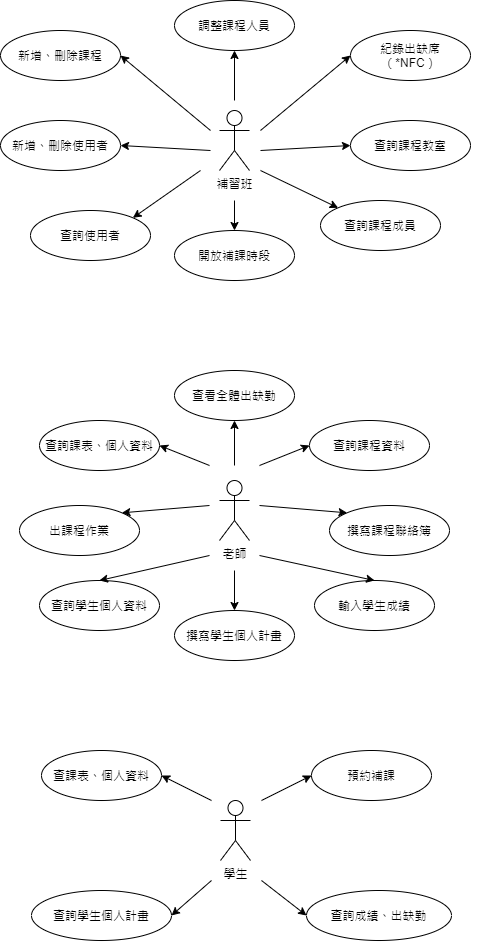
The draw.io diagram 軟體開發文件/使用案例圖.png in LiaozhiCheng/CramSchoolApp, before a commit. Source tidied: cells renumbered, new cells last; positions are measured from the earlier drawing's top-left corner, leaving out a move shared by most shapes. The source it was exported from:
```xml
<mxGraphModel>
  <root>
    <mxCell id="0" />
    <mxCell id="1" parent="0" />
    <mxCell id="2" style="group;" parent="1" vertex="1">
      <mxGeometry width="470" height="290" as="geometry" />
    </mxCell>
    <mxCell id="3" style="edgeStyle=orthogonalEdgeStyle;rounded=0;jettySize=auto;html=1;entryX=0.5;entryY=1;entryDx=0;entryDy=0;" parent="2" edge="1" target="7">
      <mxGeometry relative="1" as="geometry">
        <mxPoint x="234" y="100" as="sourcePoint" />
      </mxGeometry>
    </mxCell>
    <mxCell id="4" value="補習班" style="shape=umlActor;verticalLabelPosition=bottom;verticalAlign=top;html=1;" parent="2" vertex="1">
      <mxGeometry x="219" y="110" width="30" height="60" as="geometry" />
    </mxCell>
    <mxCell id="5" value="新增、刪除使用者" style="ellipse;whiteSpace=wrap;html=1;" parent="2" vertex="1">
      <mxGeometry y="120" width="120" height="50" as="geometry" />
    </mxCell>
    <mxCell id="6" value="新增、刪除課程" style="ellipse;whiteSpace=wrap;html=1;" parent="2" vertex="1">
      <mxGeometry y="30" width="120" height="50" as="geometry" />
    </mxCell>
    <mxCell id="7" value="調整課程人員" style="ellipse;whiteSpace=wrap;html=1;" parent="2" vertex="1">
      <mxGeometry x="174" width="120" height="50" as="geometry" />
    </mxCell>
    <mxCell id="8" value="紀錄出缺席&lt;br&gt;（*NFC）" style="ellipse;whiteSpace=wrap;html=1;" parent="2" vertex="1">
      <mxGeometry x="350" y="30" width="120" height="50" as="geometry" />
    </mxCell>
    <mxCell id="9" value="查詢課程教室" style="ellipse;whiteSpace=wrap;html=1;" parent="2" vertex="1">
      <mxGeometry x="350" y="120" width="120" height="50" as="geometry" />
    </mxCell>
    <mxCell id="10" value="開放補課時段" style="ellipse;whiteSpace=wrap;html=1;" parent="2" vertex="1">
      <mxGeometry x="174" y="230" width="120" height="50" as="geometry" />
    </mxCell>
    <mxCell id="11" style="endArrow=classic;html=1;entryX=0;entryY=0.5;entryDx=0;entryDy=0;" parent="2" edge="1" target="8">
      <mxGeometry relative="1" as="geometry">
        <mxPoint x="260" y="130" as="sourcePoint" />
      </mxGeometry>
    </mxCell>
    <mxCell id="12" style="endArrow=classic;html=1;entryX=1;entryY=0.5;entryDx=0;entryDy=0;" parent="2" edge="1" target="6">
      <mxGeometry relative="1" as="geometry">
        <mxPoint x="210" y="130" as="sourcePoint" />
      </mxGeometry>
    </mxCell>
    <mxCell id="13" style="endArrow=classic;html=1;entryX=0;entryY=0.5;entryDx=0;entryDy=0;" parent="2" edge="1" target="9">
      <mxGeometry relative="1" as="geometry">
        <mxPoint x="260" y="150" as="sourcePoint" />
      </mxGeometry>
    </mxCell>
    <mxCell id="14" style="endArrow=classic;html=1;entryX=1;entryY=0.5;entryDx=0;entryDy=0;" parent="2" edge="1" target="5">
      <mxGeometry relative="1" as="geometry">
        <mxPoint x="210" y="150" as="sourcePoint" />
      </mxGeometry>
    </mxCell>
    <mxCell id="15" style="endArrow=classic;html=1;entryX=0.5;entryY=0;entryDx=0;entryDy=0;" parent="2" edge="1" target="10">
      <mxGeometry relative="1" as="geometry">
        <mxPoint x="234" y="200" as="sourcePoint" />
      </mxGeometry>
    </mxCell>
    <mxCell id="16" value="查詢課程成員" style="ellipse;whiteSpace=wrap;html=1;" parent="2" vertex="1">
      <mxGeometry x="320" y="200" width="120" height="50" as="geometry" />
    </mxCell>
    <mxCell id="17" value="查詢使用者" style="ellipse;whiteSpace=wrap;html=1;" parent="2" vertex="1">
      <mxGeometry x="30" y="210" width="120" height="50" as="geometry" />
    </mxCell>
    <mxCell id="18" style="endArrow=classic;html=1;entryX=1;entryY=0;entryDx=0;entryDy=0;" parent="2" edge="1" target="17">
      <mxGeometry relative="1" as="geometry">
        <mxPoint x="200" y="170" as="sourcePoint" />
      </mxGeometry>
    </mxCell>
    <mxCell id="19" style="endArrow=classic;html=1;entryX=0;entryY=0;entryDx=0;entryDy=0;" parent="2" edge="1" target="16">
      <mxGeometry relative="1" as="geometry">
        <mxPoint x="260" y="170" as="sourcePoint" />
      </mxGeometry>
    </mxCell>
    <mxCell id="20" style="group;" parent="1" vertex="1">
      <mxGeometry x="19" y="370" width="469" height="290" as="geometry" />
    </mxCell>
    <mxCell id="21" value="老師" style="shape=umlActor;verticalLabelPosition=bottom;verticalAlign=top;html=1;" parent="20" vertex="1">
      <mxGeometry x="200" y="110" width="30" height="60" as="geometry" />
    </mxCell>
    <mxCell id="22" value="查詢課表、個人資料" style="ellipse;whiteSpace=wrap;html=1;" parent="20" vertex="1">
      <mxGeometry x="20" y="50" width="120" height="50" as="geometry" />
    </mxCell>
    <mxCell id="23" value="查詢學生個人資料" style="ellipse;whiteSpace=wrap;html=1;" parent="20" vertex="1">
      <mxGeometry x="20" y="210" width="120" height="50" as="geometry" />
    </mxCell>
    <mxCell id="24" value="查詢課程資料" style="ellipse;whiteSpace=wrap;html=1;" parent="20" vertex="1">
      <mxGeometry x="290" y="50" width="120" height="50" as="geometry" />
    </mxCell>
    <mxCell id="25" value="輸入學生成績&lt;span style=&quot;color: rgba(0 , 0 , 0 , 0) ; font-family: monospace ; font-size: 0px&quot;&gt;%3CmxGraphModel%3E%3Croot%3E%3CmxCell%20id%3D%220%22%2F%3E%3CmxCell%20id%3D%221%22%20parent%3D%220%22%2F%3E%3CmxCell%20id%3D%222%22%20value%3D%22%E6%9F%A5%E8%A9%A2%E8%AA%B2%E8%A1%A8%E3%80%81%E5%80%8B%E4%BA%BA%E8%B3%87%E6%96%99%22%20style%3D%22ellipse%3BwhiteSpace%3Dwrap%3Bhtml%3D1%3B%22%20vertex%3D%221%22%20parent%3D%221%22%3E%3CmxGeometry%20x%3D%22190%22%20y%3D%22550%22%20width%3D%22120%22%20height%3D%2250%22%20as%3D%22geometry%22%2F%3E%3C%2FmxCell%3E%3C%2Froot%3E%3C%2FmxGraphModel%3E&lt;/span&gt;" style="ellipse;whiteSpace=wrap;html=1;" parent="20" vertex="1">
      <mxGeometry x="295" y="210" width="120" height="50" as="geometry" />
    </mxCell>
    <mxCell id="26" value="出課程作業" style="ellipse;whiteSpace=wrap;html=1;" parent="20" vertex="1">
      <mxGeometry y="135" width="120" height="50" as="geometry" />
    </mxCell>
    <mxCell id="27" value="查看全體出缺勤" style="ellipse;whiteSpace=wrap;html=1;" parent="20" vertex="1">
      <mxGeometry x="155" width="120" height="50" as="geometry" />
    </mxCell>
    <mxCell id="28" value="撰寫課程聯絡簿" style="ellipse;whiteSpace=wrap;html=1;" parent="20" vertex="1">
      <mxGeometry x="310" y="135" width="120" height="50" as="geometry" />
    </mxCell>
    <mxCell id="29" style="endArrow=classic;html=1;entryX=0.5;entryY=1;entryDx=0;entryDy=0;" parent="20" edge="1" target="27">
      <mxGeometry relative="1" as="geometry">
        <mxPoint x="215" y="95" as="sourcePoint" />
      </mxGeometry>
    </mxCell>
    <mxCell id="30" style="endArrow=classic;html=1;entryX=0;entryY=0.5;entryDx=0;entryDy=0;" parent="20" edge="1" target="24">
      <mxGeometry relative="1" as="geometry">
        <mxPoint x="240" y="95" as="sourcePoint" />
      </mxGeometry>
    </mxCell>
    <mxCell id="31" style="endArrow=classic;html=1;entryX=1;entryY=0.5;entryDx=0;entryDy=0;" parent="20" edge="1" target="22">
      <mxGeometry relative="1" as="geometry">
        <mxPoint x="190" y="95" as="sourcePoint" />
      </mxGeometry>
    </mxCell>
    <mxCell id="32" style="endArrow=classic;html=1;entryX=0;entryY=0;entryDx=0;entryDy=0;" parent="20" edge="1" target="28">
      <mxGeometry relative="1" as="geometry">
        <mxPoint x="240" y="135" as="sourcePoint" />
      </mxGeometry>
    </mxCell>
    <mxCell id="33" style="endArrow=classic;html=1;entryX=1;entryY=0;entryDx=0;entryDy=0;" parent="20" edge="1" target="26">
      <mxGeometry relative="1" as="geometry">
        <mxPoint x="190" y="135" as="sourcePoint" />
      </mxGeometry>
    </mxCell>
    <mxCell id="34" style="endArrow=classic;html=1;entryX=0.5;entryY=0;entryDx=0;entryDy=0;" parent="20" edge="1" target="23">
      <mxGeometry relative="1" as="geometry">
        <mxPoint x="190" y="185" as="sourcePoint" />
      </mxGeometry>
    </mxCell>
    <mxCell id="35" style="endArrow=classic;html=1;entryX=0.5;entryY=0;entryDx=0;entryDy=0;" parent="20" edge="1" target="25">
      <mxGeometry relative="1" as="geometry">
        <mxPoint x="240" y="185" as="sourcePoint" />
      </mxGeometry>
    </mxCell>
    <mxCell id="36" value="撰寫學生個人計畫" style="ellipse;whiteSpace=wrap;html=1;" parent="20" vertex="1">
      <mxGeometry x="155" y="240" width="120" height="50" as="geometry" />
    </mxCell>
    <mxCell id="37" style="endArrow=classic;html=1;entryX=0.5;entryY=0;entryDx=0;entryDy=0;" parent="20" edge="1" target="36">
      <mxGeometry relative="1" as="geometry">
        <mxPoint x="215" y="200" as="sourcePoint" />
      </mxGeometry>
    </mxCell>
    <mxCell id="38" style="group;" parent="1" vertex="1">
      <mxGeometry x="31" y="750" width="420" height="190" as="geometry" />
    </mxCell>
    <mxCell id="39" value="學生" style="shape=umlActor;verticalLabelPosition=bottom;verticalAlign=top;html=1;" parent="38" vertex="1">
      <mxGeometry x="189" y="50" width="30" height="60" as="geometry" />
    </mxCell>
    <mxCell id="40" value="查課表、個人資料" style="ellipse;whiteSpace=wrap;html=1;" parent="38" vertex="1">
      <mxGeometry x="10" width="120" height="50" as="geometry" />
    </mxCell>
    <mxCell id="41" value="查詢學生個人計畫" style="ellipse;whiteSpace=wrap;html=1;" parent="38" vertex="1">
      <mxGeometry y="140" width="140" height="50" as="geometry" />
    </mxCell>
    <mxCell id="42" value="查詢成績、出缺勤" style="ellipse;whiteSpace=wrap;html=1;" parent="38" vertex="1">
      <mxGeometry x="275" y="140" width="145" height="50" as="geometry" />
    </mxCell>
    <mxCell id="43" value="預約補課" style="ellipse;whiteSpace=wrap;html=1;" parent="38" vertex="1">
      <mxGeometry x="280" width="120" height="50" as="geometry" />
    </mxCell>
    <mxCell id="44" style="endArrow=classic;html=1;entryX=0;entryY=0.5;entryDx=0;entryDy=0;" parent="38" edge="1" target="43">
      <mxGeometry relative="1" as="geometry">
        <mxPoint x="230" y="50" as="sourcePoint" />
      </mxGeometry>
    </mxCell>
    <mxCell id="45" style="endArrow=classic;html=1;entryX=0;entryY=0.5;entryDx=0;entryDy=0;" parent="38" edge="1" target="42">
      <mxGeometry relative="1" as="geometry">
        <mxPoint x="230" y="130" as="sourcePoint" />
      </mxGeometry>
    </mxCell>
    <mxCell id="46" style="endArrow=classic;html=1;entryX=1;entryY=0.5;entryDx=0;entryDy=0;" parent="38" edge="1" target="41">
      <mxGeometry relative="1" as="geometry">
        <mxPoint x="180" y="130" as="sourcePoint" />
      </mxGeometry>
    </mxCell>
    <mxCell id="47" style="endArrow=classic;html=1;entryX=1;entryY=0.5;entryDx=0;entryDy=0;" parent="38" edge="1" target="40">
      <mxGeometry relative="1" as="geometry">
        <mxPoint x="180" y="50" as="sourcePoint" />
      </mxGeometry>
    </mxCell>
  </root>
</mxGraphModel>
```
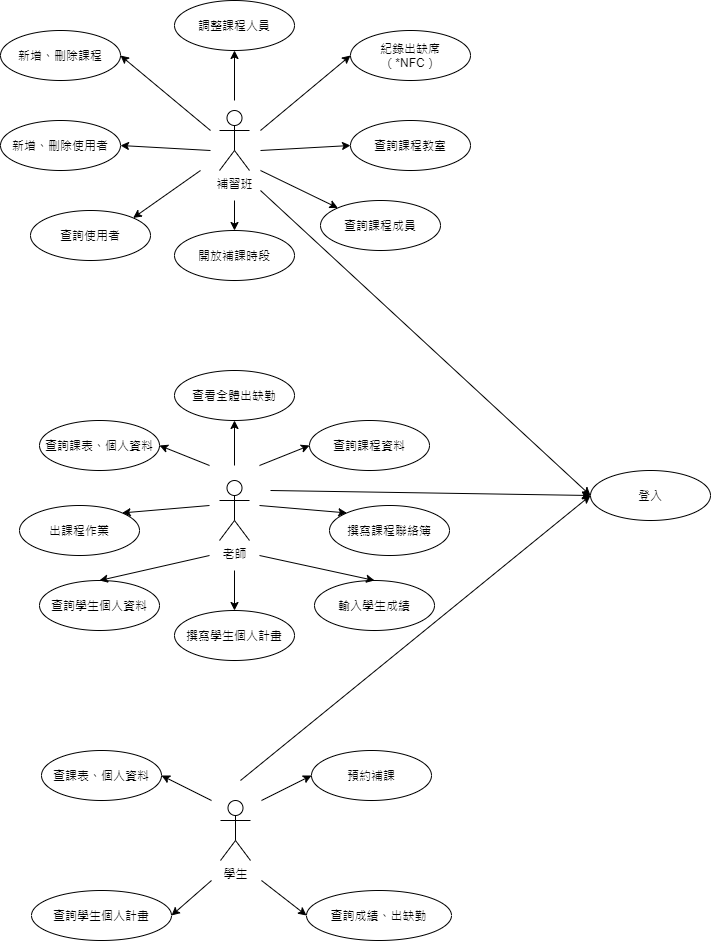
After the commit.

Change to the diagram source:
```diff
@@ -142,6 +142,11 @@
         <mxPoint x="215" y="200" as="sourcePoint" />
       </mxGeometry>
     </mxCell>
+    <mxCell id="48" style="endArrow=classic;html=1;entryX=0;entryY=0.5;entryDx=0;entryDy=0;" parent="20" edge="1" target="49">
+      <mxGeometry relative="1" as="geometry">
+        <mxPoint x="251" y="120" as="sourcePoint" />
+      </mxGeometry>
+    </mxCell>
     <mxCell id="38" style="group;" parent="1" vertex="1">
       <mxGeometry x="31" y="750" width="420" height="190" as="geometry" />
     </mxCell>
@@ -180,5 +185,18 @@
         <mxPoint x="180" y="50" as="sourcePoint" />
       </mxGeometry>
     </mxCell>
+    <mxCell id="49" value="登入" style="ellipse;whiteSpace=wrap;html=1;" parent="1" vertex="1">
+      <mxGeometry x="590" y="470" width="120" height="50" as="geometry" />
+    </mxCell>
+    <mxCell id="50" style="endArrow=classic;html=1;entryX=0;entryY=0.5;entryDx=0;entryDy=0;" parent="1" edge="1" target="49">
+      <mxGeometry relative="1" as="geometry">
+        <mxPoint x="260" y="190" as="sourcePoint" />
+      </mxGeometry>
+    </mxCell>
+    <mxCell id="51" style="endArrow=classic;html=1;entryX=0;entryY=0.5;entryDx=0;entryDy=0;" parent="1" edge="1" target="49">
+      <mxGeometry relative="1" as="geometry">
+        <mxPoint x="240" y="780" as="sourcePoint" />
+      </mxGeometry>
+    </mxCell>
   </root>
 </mxGraphModel>
```
